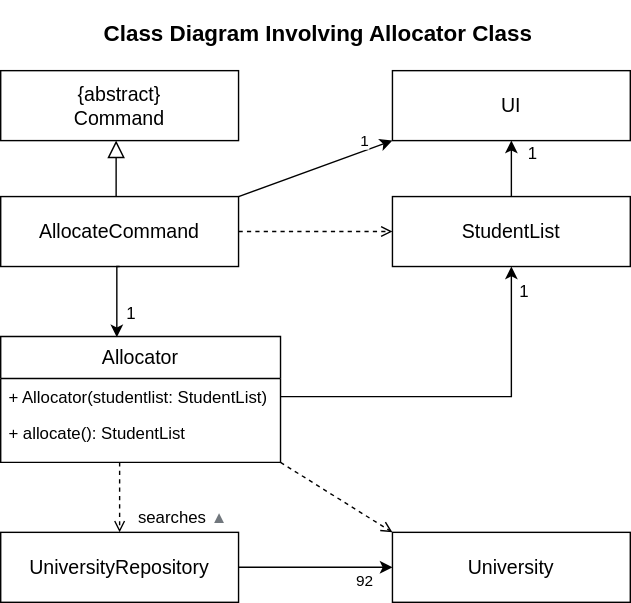
Above: docs/UML_Diagrams/AllocatorClass.drawio.svg in paulktham/tp (draw.io), before the change. Source tidied: cells renumbered, new cells last; positions are measured from the earlier drawing's top-left corner, leaving out a move shared by most shapes. Source of this version:
```xml
<mxGraphModel>
  <root>
    <mxCell id="0" />
    <mxCell id="1" parent="0" />
    <mxCell id="2" style="rounded=0;jettySize=auto;html=1;exitX=1;exitY=1;exitDx=0;exitDy=0;entryX=0;entryY=0;entryDx=0;entryDy=0;dashed=1;endArrow=open;endFill=0;" parent="1" edge="1" source="3" target="17">
      <mxGeometry relative="1" as="geometry" />
    </mxCell>
    <mxCell id="3" value="Allocator" style="swimlane;fontStyle=0;align=center;verticalAlign=top;horizontal=1;startSize=30;rounded=0;shadow=0;strokeWidth=1;fontSize=14;" parent="1" vertex="1">
      <mxGeometry y="240" width="200" height="90" as="geometry" />
    </mxCell>
    <mxCell id="4" value="+ Allocator(studentlist: StudentList)" style="text;align=left;verticalAlign=top;spacingLeft=4;spacingRight=4;overflow=hidden;points=[[0,0.5],[1,0.5]];portConstraint=eastwest;fontFamily=Helvetica;" parent="3" vertex="1">
      <mxGeometry y="30" width="200" height="26" as="geometry" />
    </mxCell>
    <mxCell id="5" value="+ allocate(): StudentList" style="text;align=left;verticalAlign=top;spacingLeft=4;spacingRight=4;overflow=hidden;" parent="3" vertex="1">
      <mxGeometry y="56" width="200" height="24" as="geometry" />
    </mxCell>
    <mxCell id="6" style="endArrow=block;endSize=10;endFill=0;shadow=0;strokeWidth=1;rounded=0;curved=0;edgeStyle=elbowEdgeStyle;elbow=vertical;" parent="1" edge="1">
      <mxGeometry relative="1" as="geometry">
        <mxPoint x="82.5" y="140" as="sourcePoint" />
        <mxPoint x="82.5" y="100" as="targetPoint" />
      </mxGeometry>
    </mxCell>
    <mxCell id="7" style="edgeStyle=orthogonalEdgeStyle;rounded=0;jettySize=auto;html=1;entryX=0;entryY=0.5;entryDx=0;entryDy=0;dashed=1;endArrow=open;endFill=0;" parent="1" edge="1" source="9" target="13">
      <mxGeometry relative="1" as="geometry" />
    </mxCell>
    <mxCell id="8" value="1" style="rounded=0;jettySize=auto;html=1;exitX=1;exitY=0;exitDx=0;exitDy=0;entryX=0;entryY=1;entryDx=0;entryDy=0;" parent="1" edge="1" source="9" target="19">
      <mxGeometry x="0.68" y="7" relative="1" as="geometry" />
    </mxCell>
    <mxCell id="9" value="&lt;font style=&quot;font-size: 14px;&quot;&gt;AllocateCommand&lt;/font&gt;" style="rounded=0;whiteSpace=wrap;html=1;" parent="1" vertex="1">
      <mxGeometry y="140" width="170" height="50" as="geometry" />
    </mxCell>
    <mxCell id="10" value="&lt;font style=&quot;font-size: 14px;&quot;&gt;{abstract}&lt;/font&gt;&lt;div style=&quot;font-size: 14px;&quot;&gt;&lt;font style=&quot;font-size: 14px;&quot;&gt;Command&lt;/font&gt;&lt;/div&gt;" style="rounded=0;whiteSpace=wrap;html=1;" parent="1" vertex="1">
      <mxGeometry y="50" width="170" height="50" as="geometry" />
    </mxCell>
    <mxCell id="11" value="1" style="edgeStyle=orthogonalEdgeStyle;rounded=0;jettySize=auto;html=1;exitX=0.5;exitY=1;exitDx=0;exitDy=0;entryX=0.415;entryY=0.006;entryDx=0;entryDy=0;entryPerimeter=0;align=center;verticalAlign=middle;spacingLeft=20;fontSize=12;spacingBottom=0;spacingTop=20;" parent="1" edge="1" source="9" target="3">
      <mxGeometry relative="1" as="geometry">
        <Array as="points">
          <mxPoint x="83" y="220" />
          <mxPoint x="83" y="220" />
        </Array>
      </mxGeometry>
    </mxCell>
    <mxCell id="12" value="1" style="edgeStyle=orthogonalEdgeStyle;rounded=0;jettySize=auto;html=1;exitX=0.5;exitY=0;exitDx=0;exitDy=0;fontSize=12;" parent="1" edge="1" source="13" target="19">
      <mxGeometry x="0.5" y="-15" relative="1" as="geometry" />
    </mxCell>
    <mxCell id="13" value="&lt;font style=&quot;font-size: 14px;&quot;&gt;StudentList&lt;/font&gt;" style="rounded=0;whiteSpace=wrap;html=1;" parent="1" vertex="1">
      <mxGeometry x="280" y="140" width="170" height="50" as="geometry" />
    </mxCell>
    <mxCell id="14" value="1" style="edgeStyle=orthogonalEdgeStyle;rounded=0;jettySize=auto;html=1;entryX=0.5;entryY=1;entryDx=0;entryDy=0;verticalAlign=middle;labelPosition=center;verticalLabelPosition=middle;align=center;spacingTop=0;spacingBottom=150;fontSize=12;spacingLeft=90;" parent="1" edge="1" source="4" target="13">
      <mxGeometry relative="1" as="geometry" />
    </mxCell>
    <mxCell id="15" value="92" style="edgeStyle=orthogonalEdgeStyle;rounded=0;jettySize=auto;html=1;entryX=0;entryY=0.5;entryDx=0;entryDy=0;spacingLeft=70;spacingBottom=0;spacingTop=20;" parent="1" edge="1" source="16" target="17">
      <mxGeometry relative="1" as="geometry" />
    </mxCell>
    <mxCell id="16" value="&lt;font style=&quot;font-size: 14px;&quot;&gt;UniversityRepository&lt;/font&gt;" style="rounded=0;whiteSpace=wrap;html=1;" parent="1" vertex="1">
      <mxGeometry y="380" width="170" height="50" as="geometry" />
    </mxCell>
    <mxCell id="17" value="&lt;font style=&quot;font-size: 14px;&quot;&gt;University&lt;/font&gt;" style="rounded=0;whiteSpace=wrap;html=1;" parent="1" vertex="1">
      <mxGeometry x="280" y="380" width="170" height="50" as="geometry" />
    </mxCell>
    <mxCell id="18" value="searches&amp;nbsp;&lt;span style=&quot;color: rgb(113, 119, 125); font-family: Arial, Helvetica, sans-serif; font-size: 12px; text-align: left; text-wrap-mode: wrap;&quot;&gt;▲&lt;/span&gt;" style="edgeStyle=orthogonalEdgeStyle;rounded=0;jettySize=auto;html=1;dashed=1;fontSize=12;endArrow=open;endFill=0;" parent="1" edge="1" source="3">
      <mxGeometry x="0.6" y="45" relative="1" as="geometry">
        <mxPoint x="85" y="380" as="targetPoint" />
        <Array as="points">
          <mxPoint x="85" y="378" />
        </Array>
      </mxGeometry>
    </mxCell>
    <mxCell id="19" value="&lt;font style=&quot;font-size: 14px;&quot;&gt;UI&lt;/font&gt;" style="rounded=0;whiteSpace=wrap;html=1;" parent="1" vertex="1">
      <mxGeometry x="280" y="50" width="170" height="50" as="geometry" />
    </mxCell>
    <mxCell id="20" value="&lt;h1 style=&quot;margin-top: 0px;&quot;&gt;&lt;font style=&quot;font-size: 16px;&quot;&gt;Class Diagram Involving Allocator Class&lt;/font&gt;&lt;/h1&gt;" style="text;html=1;whiteSpace=wrap;overflow=hidden;rounded=0;" parent="1" vertex="1">
      <mxGeometry x="72" width="310" height="40" as="geometry" />
    </mxCell>
  </root>
</mxGraphModel>
```
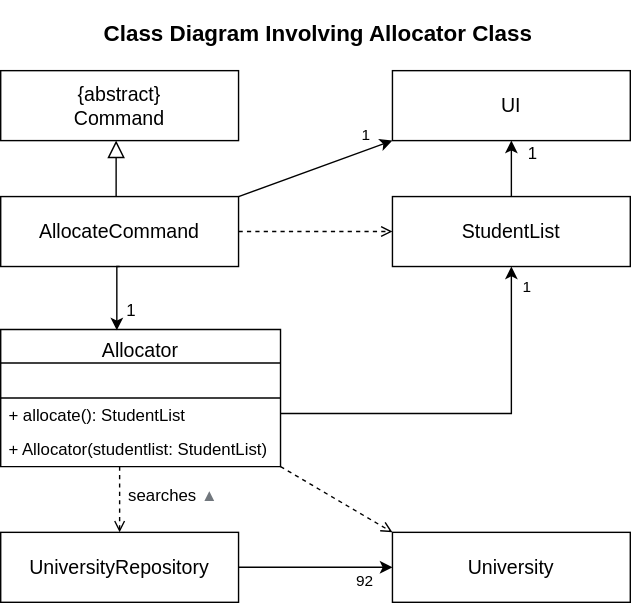
The same file after the commit.

Change to the diagram source:
```diff
@@ -5,15 +5,18 @@
     <mxCell id="2" style="rounded=0;jettySize=auto;html=1;exitX=1;exitY=1;exitDx=0;exitDy=0;entryX=0;entryY=0;entryDx=0;entryDy=0;dashed=1;endArrow=open;endFill=0;" parent="1" edge="1" source="3" target="17">
       <mxGeometry relative="1" as="geometry" />
     </mxCell>
-    <mxCell id="3" value="Allocator" style="swimlane;fontStyle=0;align=center;verticalAlign=top;horizontal=1;startSize=30;rounded=0;shadow=0;strokeWidth=1;fontSize=14;" parent="1" vertex="1">
-      <mxGeometry y="240" width="200" height="90" as="geometry" />
+    <mxCell id="3" value="Allocator" style="swimlane;fontStyle=0;align=center;verticalAlign=top;horizontal=1;startSize=24;rounded=0;shadow=0;strokeWidth=1;fontSize=14;" parent="1" vertex="1">
+      <mxGeometry y="235" width="200" height="98" as="geometry" />
     </mxCell>
+    <mxCell id="5" value="       " style="text;align=left;verticalAlign=top;spacingLeft=4;spacingRight=4;overflow=hidden;" parent="3" vertex="1">
+      <mxGeometry y="24" width="200" height="24" as="geometry" />
+    </mxCell>
+    <mxCell id="21" value="+ allocate(): StudentList" style="text;align=left;verticalAlign=top;spacingLeft=4;spacingRight=4;overflow=hidden;points=[[0,0.5],[1,0.5]];portConstraint=eastwest;" parent="3" vertex="1">
+      <mxGeometry y="48" width="200" height="24" as="geometry" />
+    </mxCell>
     <mxCell id="4" value="+ Allocator(studentlist: StudentList)" style="text;align=left;verticalAlign=top;spacingLeft=4;spacingRight=4;overflow=hidden;points=[[0,0.5],[1,0.5]];portConstraint=eastwest;fontFamily=Helvetica;" parent="3" vertex="1">
-      <mxGeometry y="30" width="200" height="26" as="geometry" />
+      <mxGeometry y="72" width="200" height="26" as="geometry" />
     </mxCell>
-    <mxCell id="5" value="+ allocate(): StudentList" style="text;align=left;verticalAlign=top;spacingLeft=4;spacingRight=4;overflow=hidden;" parent="3" vertex="1">
-      <mxGeometry y="56" width="200" height="24" as="geometry" />
-    </mxCell>
     <mxCell id="6" style="endArrow=block;endSize=10;endFill=0;shadow=0;strokeWidth=1;rounded=0;curved=0;edgeStyle=elbowEdgeStyle;elbow=vertical;" parent="1" edge="1">
       <mxGeometry relative="1" as="geometry">
         <mxPoint x="82.5" y="140" as="sourcePoint" />
@@ -24,7 +27,9 @@
       <mxGeometry relative="1" as="geometry" />
     </mxCell>
     <mxCell id="8" value="1" style="rounded=0;jettySize=auto;html=1;exitX=1;exitY=0;exitDx=0;exitDy=0;entryX=0;entryY=1;entryDx=0;entryDy=0;" parent="1" edge="1" source="9" target="19">
-      <mxGeometry x="0.68" y="7" relative="1" as="geometry" />
+      <mxGeometry x="0.72" y="10" relative="1" as="geometry">
+        <mxPoint x="-1" as="offset" />
+      </mxGeometry>
     </mxCell>
     <mxCell id="9" value="&lt;font style=&quot;font-size: 14px;&quot;&gt;AllocateCommand&lt;/font&gt;" style="rounded=0;whiteSpace=wrap;html=1;" parent="1" vertex="1">
       <mxGeometry y="140" width="170" height="50" as="geometry" />
@@ -46,9 +51,6 @@
     <mxCell id="13" value="&lt;font style=&quot;font-size: 14px;&quot;&gt;StudentList&lt;/font&gt;" style="rounded=0;whiteSpace=wrap;html=1;" parent="1" vertex="1">
       <mxGeometry x="280" y="140" width="170" height="50" as="geometry" />
     </mxCell>
-    <mxCell id="14" value="1" style="edgeStyle=orthogonalEdgeStyle;rounded=0;jettySize=auto;html=1;entryX=0.5;entryY=1;entryDx=0;entryDy=0;verticalAlign=middle;labelPosition=center;verticalLabelPosition=middle;align=center;spacingTop=0;spacingBottom=150;fontSize=12;spacingLeft=90;" parent="1" edge="1" source="4" target="13">
-      <mxGeometry relative="1" as="geometry" />
-    </mxCell>
     <mxCell id="15" value="92" style="edgeStyle=orthogonalEdgeStyle;rounded=0;jettySize=auto;html=1;entryX=0;entryY=0.5;entryDx=0;entryDy=0;spacingLeft=70;spacingBottom=0;spacingTop=20;" parent="1" edge="1" source="16" target="17">
       <mxGeometry relative="1" as="geometry" />
     </mxCell>
@@ -59,7 +61,7 @@
       <mxGeometry x="280" y="380" width="170" height="50" as="geometry" />
     </mxCell>
     <mxCell id="18" value="searches&amp;nbsp;&lt;span style=&quot;color: rgb(113, 119, 125); font-family: Arial, Helvetica, sans-serif; font-size: 12px; text-align: left; text-wrap-mode: wrap;&quot;&gt;▲&lt;/span&gt;" style="edgeStyle=orthogonalEdgeStyle;rounded=0;jettySize=auto;html=1;dashed=1;fontSize=12;endArrow=open;endFill=0;" parent="1" edge="1" source="3">
-      <mxGeometry x="0.6" y="45" relative="1" as="geometry">
+      <mxGeometry x="-0.11" y="38" relative="1" as="geometry">
         <mxPoint x="85" y="380" as="targetPoint" />
         <Array as="points">
           <mxPoint x="85" y="378" />
@@ -72,5 +74,11 @@
     <mxCell id="20" value="&lt;h1 style=&quot;margin-top: 0px;&quot;&gt;&lt;font style=&quot;font-size: 16px;&quot;&gt;Class Diagram Involving Allocator Class&lt;/font&gt;&lt;/h1&gt;" style="text;html=1;whiteSpace=wrap;overflow=hidden;rounded=0;" parent="1" vertex="1">
       <mxGeometry x="72" width="310" height="40" as="geometry" />
     </mxCell>
+    <mxCell id="22" style="endArrow=none;html=1;rounded=0;entryX=1;entryY=0.5;entryDx=0;entryDy=0;exitX=0;exitY=0.5;exitDx=0;exitDy=0;" parent="1" edge="1" source="3" target="3">
+      <mxGeometry relative="1" as="geometry" />
+    </mxCell>
+    <mxCell id="14" value="1" style="edgeStyle=orthogonalEdgeStyle;rounded=0;jettySize=auto;html=1;" parent="1" edge="1" source="21" target="13">
+      <mxGeometry x="0.89" y="-11" relative="1" as="geometry" />
+    </mxCell>
   </root>
 </mxGraphModel>
```
